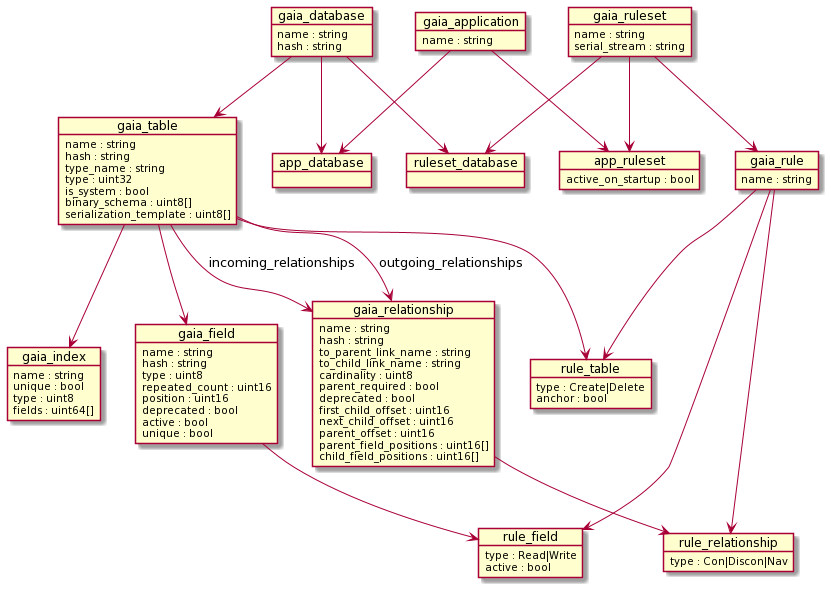
This is production/catalog/diagram/catalog.png from gaia-platform/GaiaPlatform, a PlantUML export, as it was before one commit.
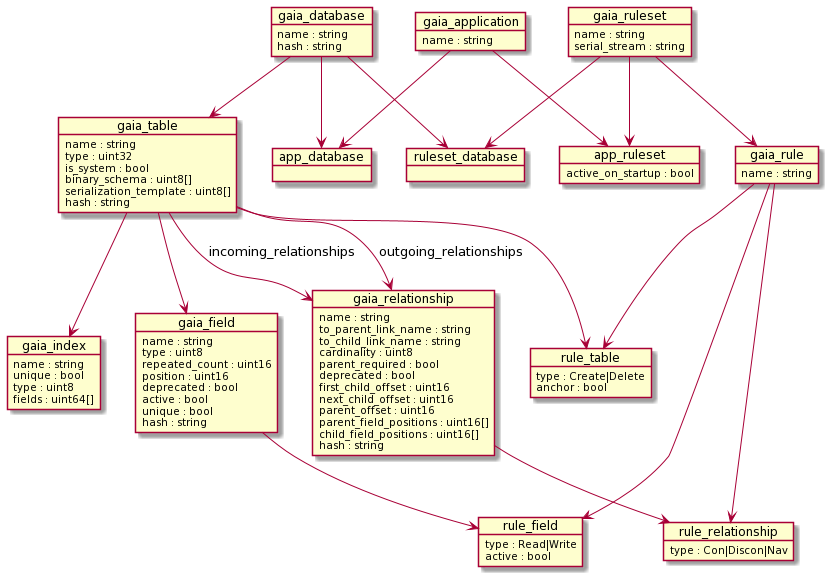
After the commit.

Commit message:
updated catalog diagram for correct field order

Diff of the diagram source:
```diff
@@ -5,26 +5,24 @@
 }
 object gaia_table {
   name : string
-  hash : string
-  type_name : string
   type : uint32
   is_system : bool
   binary_schema : uint8[]
   serialization_template : uint8[]
+  hash : string
 }
 object gaia_field {
   name : string
-  hash : string
   type : uint8
   repeated_count : uint16
   position : uint16
   deprecated : bool
   active : bool
   unique : bool
+  hash : string
 }
 object gaia_relationship {
   name : string
-  hash : string
   to_parent_link_name : string
   to_child_link_name : string
   cardinality : uint8
@@ -35,6 +33,7 @@
   parent_offset : uint16
   parent_field_positions : uint16[]
   child_field_positions : uint16[]
+  hash : string
 }
 object gaia_application {
   name : string
```
